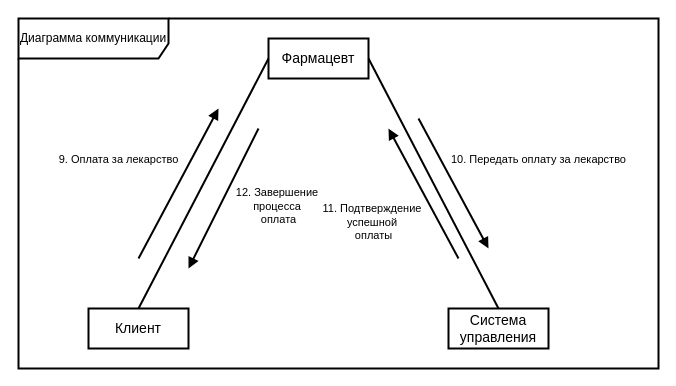
This is page "Page-3" (3 of 3) of 1.drawio from Helpmepleaseitishard/Aikms, a draw.io file, before an edit. Source tidied: cells renumbered, new cells numbered last; positions are measured from the earlier drawing's top-left corner, leaving out a move shared by most shapes. Both pictures are drawn from the tidied source at 100%, with x=0, y=0 at pixel (18, 18).
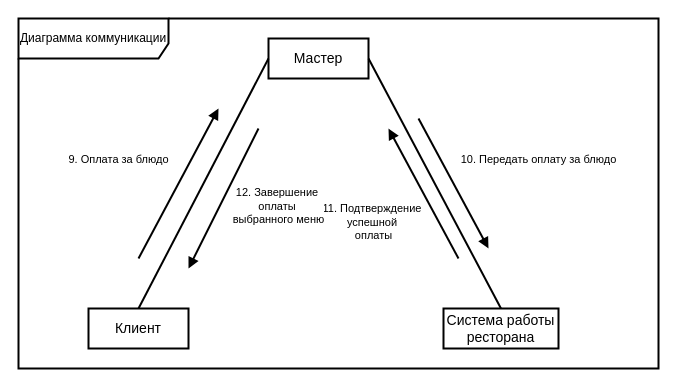
The same page after the edit.

What changed in the source:
```diff
@@
 <mxGraphModel>
   <root>
     <mxCell id="0" />
     <mxCell id="1" parent="0" />
     <mxCell id="2" value="Клиент" style="html=1;whiteSpace=wrap;strokeWidth=2;fontSize=14;" parent="1" vertex="1">
       <mxGeometry x="70" y="290" width="100" height="40" as="geometry" />
     </mxCell>
-    <mxCell id="3" value="Фармацевт" style="html=1;whiteSpace=wrap;strokeWidth=2;fontSize=14;" parent="1" vertex="1">
+    <mxCell id="3" value="Мастер" style="html=1;whiteSpace=wrap;strokeWidth=2;fontSize=14;" parent="1" vertex="1">
       <mxGeometry x="250" y="20" width="100" height="40" as="geometry" />
     </mxCell>
-    <mxCell id="4" value="Система управления" style="html=1;whiteSpace=wrap;strokeWidth=2;fontSize=14;" parent="1" vertex="1">
-      <mxGeometry x="430" y="290" width="100" height="40" as="geometry" />
+    <mxCell id="4" value="Система работы ресторана" style="html=1;whiteSpace=wrap;strokeWidth=2;fontSize=14;" parent="1" vertex="1">
+      <mxGeometry x="425" y="290" width="115" height="40" as="geometry" />
     </mxCell>
     <mxCell id="5" style="html=1;verticalAlign=bottom;endArrow=none;curved=0;rounded=0;strokeWidth=2;startFill=0;entryX=0;entryY=0.5;entryDx=0;entryDy=0;exitX=0.5;exitY=0;exitDx=0;exitDy=0;" parent="1" edge="1" source="2" target="3">
       <mxGeometry relative="1" as="geometry" />
     </mxCell>
     <mxCell id="6" style="html=1;verticalAlign=bottom;endArrow=none;curved=0;rounded=0;strokeWidth=2;startFill=0;entryX=1;entryY=0.5;entryDx=0;entryDy=0;exitX=0.5;exitY=0;exitDx=0;exitDy=0;" parent="1" edge="1" source="4" target="3">
       <mxGeometry relative="1" as="geometry" />
     </mxCell>
-    <mxCell id="7" value="9. Оплата за лекарство" style="html=1;verticalAlign=bottom;endArrow=block;curved=0;rounded=0;strokeWidth=2;startFill=0;exitX=0.5;exitY=0;exitDx=0;exitDy=0;endFill=1;" parent="1" edge="1">
+    <mxCell id="7" value="9. Оплата за блюдо" style="html=1;verticalAlign=bottom;endArrow=block;curved=0;rounded=0;strokeWidth=2;startFill=0;exitX=0.5;exitY=0;exitDx=0;exitDy=0;endFill=1;" parent="1" edge="1">
       <mxGeometry x="-0.18" y="60" relative="1" as="geometry">
         <mxPoint x="120" y="240" as="sourcePoint" />
         <mxPoint x="200" y="90" as="targetPoint" />
       </mxGeometry>
     </mxCell>
-    <mxCell id="8" value="10. Передать оплату за лекарство" style="html=1;verticalAlign=bottom;endArrow=block;curved=0;rounded=0;strokeWidth=2;startFill=0;exitX=0.5;exitY=0;exitDx=0;exitDy=0;endFill=1;" parent="1" edge="1">
+    <mxCell id="8" value="10. Передать оплату за блюдо" style="html=1;verticalAlign=bottom;endArrow=block;curved=0;rounded=0;strokeWidth=2;startFill=0;exitX=0.5;exitY=0;exitDx=0;exitDy=0;endFill=1;" parent="1" edge="1">
       <mxGeometry x="0.37" y="82" relative="1" as="geometry">
         <mxPoint x="400" y="100" as="sourcePoint" />
         <mxPoint x="470" y="230" as="targetPoint" />
       </mxGeometry>
     </mxCell>
     <mxCell id="9" value="&lt;div&gt;11. Подтверждение&amp;nbsp;&lt;/div&gt;&lt;div&gt;успешной&amp;nbsp;&lt;/div&gt;&lt;div&gt;оплаты&lt;/div&gt;" style="html=1;verticalAlign=bottom;endArrow=block;curved=0;rounded=0;strokeWidth=2;startFill=0;endFill=1;" parent="1" edge="1">
       <mxGeometry x="-0.29" y="68" relative="1" as="geometry">
         <mxPoint x="440" y="240" as="sourcePoint" />
         <mxPoint x="370" y="110" as="targetPoint" />
       </mxGeometry>
     </mxCell>
-    <mxCell id="10" value="&lt;div&gt;12. Завершение&amp;nbsp;&lt;/div&gt;&lt;div&gt;процесса&amp;nbsp;&lt;/div&gt;&lt;div&gt;оплата&lt;/div&gt;" style="html=1;verticalAlign=bottom;endArrow=block;curved=0;rounded=0;strokeWidth=2;startFill=0;endFill=1;" parent="1" edge="1">
+    <mxCell id="10" value="&lt;div&gt;12. Завершение&amp;nbsp;&lt;/div&gt;&lt;div&gt;оплаты&amp;nbsp;&lt;/div&gt;&lt;div&gt;выбранного меню&lt;/div&gt;" style="html=1;verticalAlign=bottom;endArrow=block;curved=0;rounded=0;strokeWidth=2;startFill=0;endFill=1;" parent="1" edge="1">
       <mxGeometry x="0.03" y="63" relative="1" as="geometry">
         <mxPoint x="240" y="110" as="sourcePoint" />
         <mxPoint x="170" y="250" as="targetPoint" />
         <mxPoint y="-1" as="offset" />
       </mxGeometry>
     </mxCell>
     <mxCell id="11" value="Диаграмма коммуникации" style="shape=umlFrame;whiteSpace=wrap;html=1;width=150;height=40;strokeWidth=2;" parent="1" vertex="1">
       <mxGeometry width="640" height="350" as="geometry" />
     </mxCell>
   </root>
 </mxGraphModel>
```
